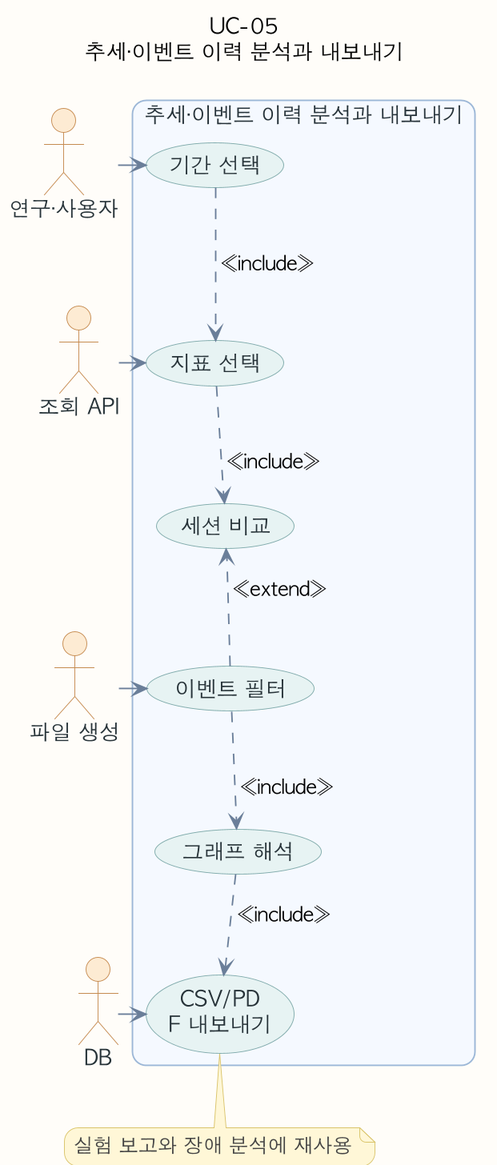
Above: assets/diagrams/usecase/uc-05-usecase.png in ricky30825-creator/BMS (PlantUML), before the change. Its source is kept beside it as assets/diagrams/usecase/uc-05-usecase.puml.
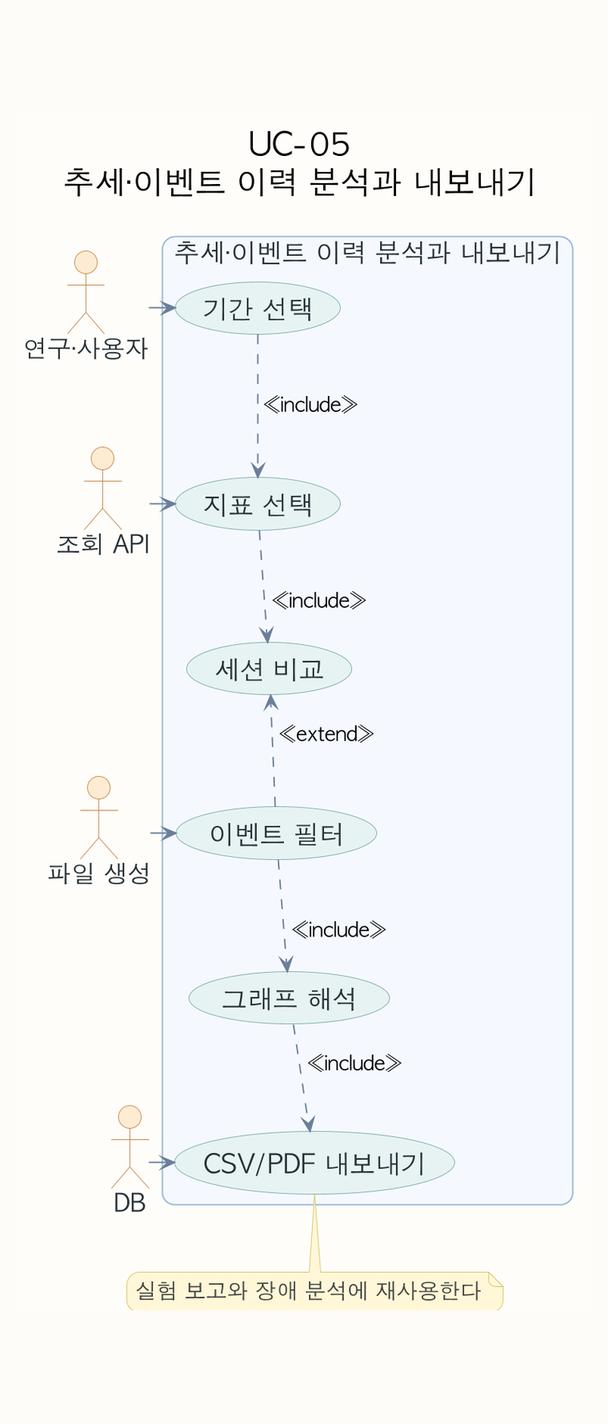
After the change.

The edit, as a diff of the source:
```diff
@@ -4,6 +4,12 @@
 skinparam shadowing false
 skinparam dpi 180
 skinparam defaultFontName "AppleGothic"
+skinparam defaultFontSize 18
+skinparam TitleFontSize 22
+skinparam ActorFontSize 17
+skinparam UsecaseFontSize 18
+skinparam NoteFontSize 15
+skinparam ArrowFontSize 14
 skinparam roundcorner 18
 skinparam usecase {
   BackgroundColor #F8FAFC
@@ -42,7 +48,7 @@
   usecase "세션 비교" as U3
   usecase "이벤트 필터" as U4
   usecase "그래프 해석" as U5
-  usecase "CSV/PD\nF 내보내기" as U6
+  usecase "CSV/PDF 내보내기" as U6
 }
 U1 -[hidden]down- U2
 U2 -[hidden]down- U3
@@ -59,6 +65,6 @@
 U4 ..> U5 : <<include>>
 U5 ..> U6 : <<include>>
 note bottom of U6
-실험 보고와 장애 분석에 재사용
+실험 보고와 장애 분석에 재사용한다
 end note
 @enduml
```
